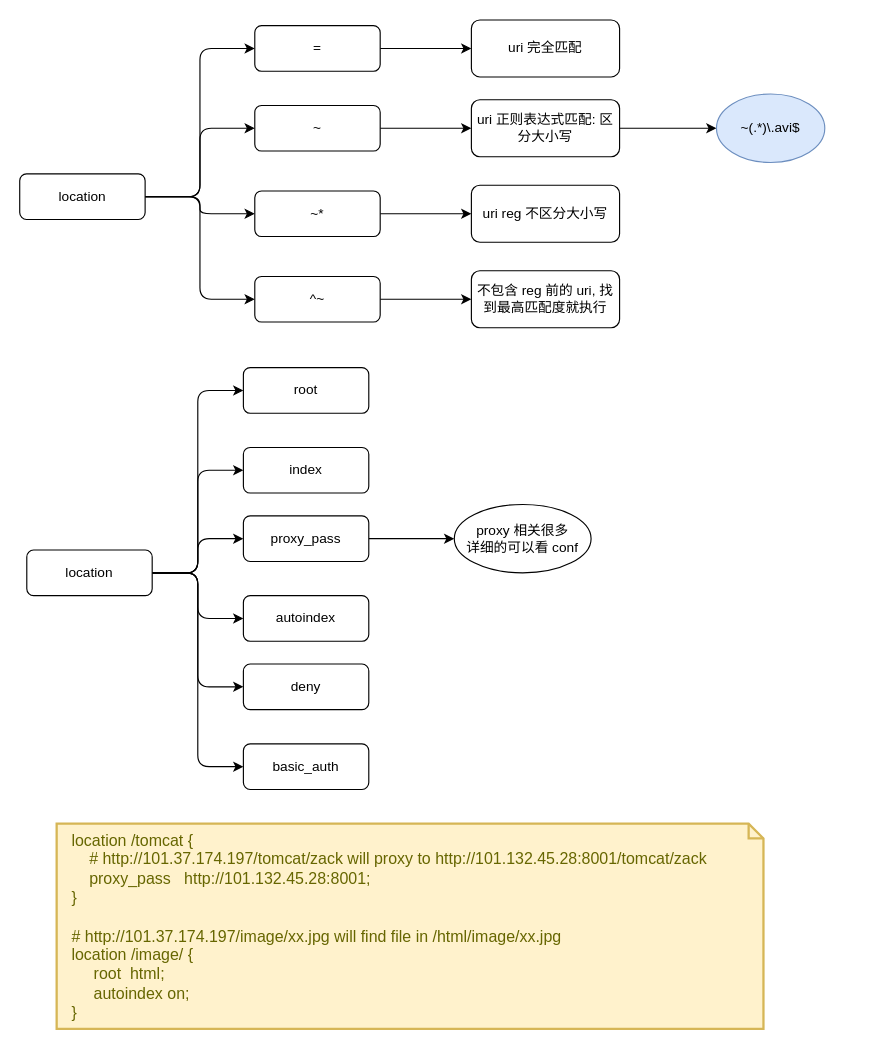
Earlier version of the draw.io diagram digrams/nginx/http/server/01.location.dio (Alice52/diagrams). Source tidied: cells renumbered, new cells numbered last; positions are measured from the earlier drawing's top-left corner, leaving out a move shared by most shapes. Both pictures are drawn from the tidied source at 114%, with x=0, y=0 at pixel (19, 19).
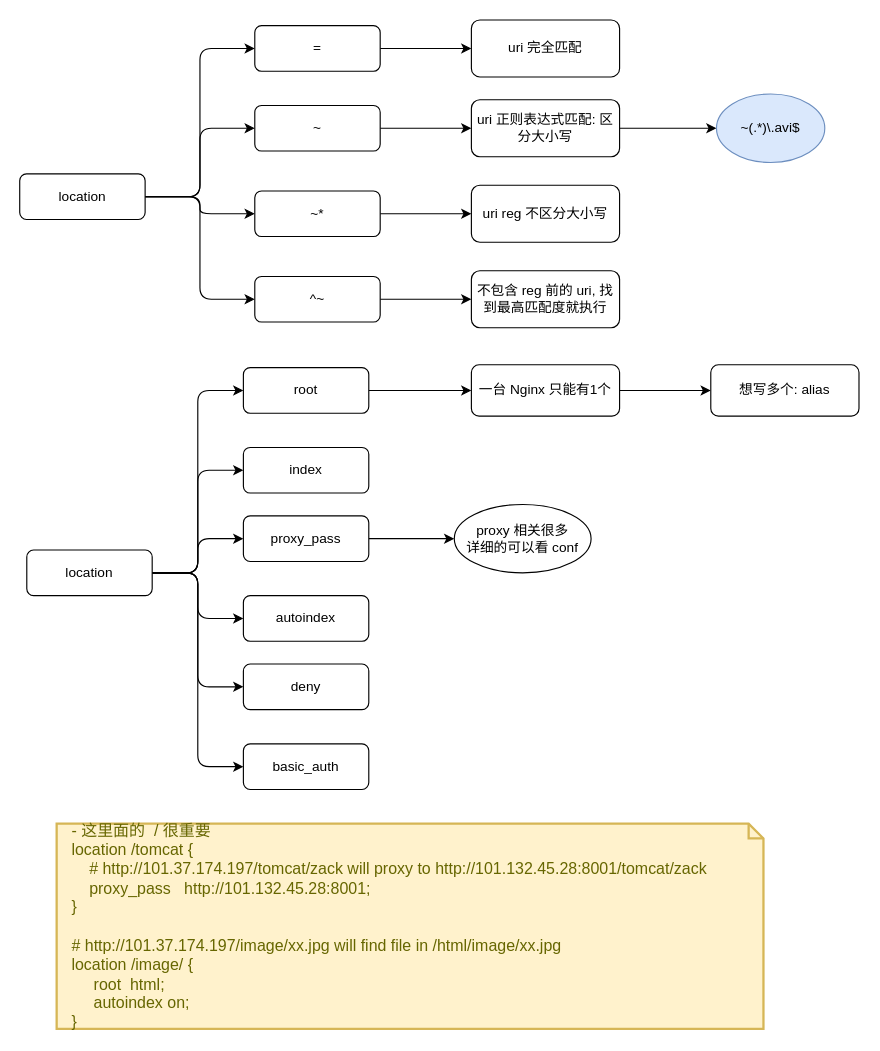
The same diagram, later.

Commit message (it also covers changes not shown here):
nginx: refine location and add ssl flow note

Unchanged cells that the change refers to:
```xml
<mxCell id="28" value="root" style="rounded=1;whiteSpace=wrap;html=1;" parent="1" vertex="1">
  <mxGeometry x="196" y="305" width="110" height="40" as="geometry" />
</mxCell>
```

The edit, as a diff of the source:
```diff
@@
+    <mxCell id="37" style="edgeStyle=orthogonalEdgeStyle;rounded=0;jettySize=auto;html=1;" parent="1" edge="1" source="28" target="39">
+      <mxGeometry relative="1" as="geometry" />
+    </mxCell>
@@
-    <mxCell id="36" value="&lt;div&gt;&lt;span&gt;&amp;nbsp;&lt;/span&gt;&lt;span&gt;&amp;nbsp; location /tomcat {&lt;/span&gt;&lt;/div&gt;&amp;nbsp; &amp;nbsp; &amp;nbsp; &amp;nbsp;# http://101.37.174.197/tomcat/zack will proxy to http://101.132.45.28:8001/tomcat/zack&amp;nbsp;&lt;br&gt;&lt;span&gt;&amp;nbsp; &amp;nbsp; &amp;nbsp; &amp;nbsp;proxy_pass&amp;nbsp; &amp;nbsp;http://101.132.45.28:8001;&lt;/span&gt;&lt;br&gt;&lt;div&gt;&amp;nbsp; &amp;nbsp;}&lt;/div&gt;&lt;div&gt;&amp;nbsp; &amp;nbsp;&amp;nbsp;&lt;/div&gt;&lt;div&gt;&amp;nbsp; &amp;nbsp;# http://101.37.174.197/image/xx.jpg will find file in /html/image/xx.jpg&lt;br&gt;&lt;/div&gt;&lt;div&gt;&amp;nbsp; &amp;nbsp;location /image/ {&lt;/div&gt;&lt;div&gt;&amp;nbsp; &amp;nbsp; &amp;nbsp; &amp;nbsp; root&amp;nbsp; html;&lt;/div&gt;&lt;div&gt;&amp;nbsp; &amp;nbsp; &amp;nbsp; &amp;nbsp; autoindex on;&lt;/div&gt;&lt;div&gt;&amp;nbsp; &amp;nbsp;}&lt;/div&gt;" style="shape=note;strokeWidth=2;fontSize=14;size=13;whiteSpace=wrap;html=1;fillColor=#fff2cc;strokeColor=#d6b656;fontColor=#666600;align=left;" parent="1" vertex="1">
+    <mxCell id="36" value="&lt;div&gt;&lt;span&gt;&amp;nbsp; &amp;nbsp;- 这里面的&amp;nbsp; / 很重要&lt;/span&gt;&lt;/div&gt;&lt;div&gt;&lt;span&gt;&amp;nbsp;&lt;/span&gt;&lt;span&gt;&amp;nbsp; location /tomcat {&lt;/span&gt;&lt;/div&gt;&amp;nbsp; &amp;nbsp; &amp;nbsp; &amp;nbsp;# http://101.37.174.197/tomcat/zack will proxy to http://101.132.45.28:8001/tomcat/zack&amp;nbsp;&lt;br&gt;&lt;span&gt;&amp;nbsp; &amp;nbsp; &amp;nbsp; &amp;nbsp;proxy_pass&amp;nbsp; &amp;nbsp;http://101.132.45.28:8001;&lt;/span&gt;&lt;br&gt;&lt;div&gt;&amp;nbsp; &amp;nbsp;}&lt;/div&gt;&lt;div&gt;&amp;nbsp; &amp;nbsp;&amp;nbsp;&lt;/div&gt;&lt;div&gt;&amp;nbsp; &amp;nbsp;# http://101.37.174.197/image/xx.jpg will find file in /html/image/xx.jpg&lt;br&gt;&lt;/div&gt;&lt;div&gt;&amp;nbsp; &amp;nbsp;location /image/ {&lt;/div&gt;&lt;div&gt;&amp;nbsp; &amp;nbsp; &amp;nbsp; &amp;nbsp; root&amp;nbsp; html;&lt;/div&gt;&lt;div&gt;&amp;nbsp; &amp;nbsp; &amp;nbsp; &amp;nbsp; autoindex on;&lt;/div&gt;&lt;div&gt;&amp;nbsp; &amp;nbsp;}&lt;/div&gt;" style="shape=note;strokeWidth=2;fontSize=14;size=13;whiteSpace=wrap;html=1;fillColor=#fff2cc;strokeColor=#d6b656;fontColor=#666600;align=left;" parent="1" vertex="1">
       <mxGeometry x="32.2" y="705" width="620" height="180" as="geometry" />
     </mxCell>
+    <mxCell id="38" style="edgeStyle=orthogonalEdgeStyle;rounded=0;jettySize=auto;html=1;" parent="1" edge="1" source="39" target="40">
+      <mxGeometry relative="1" as="geometry" />
+    </mxCell>
+    <mxCell id="39" value="一台 Nginx 只能有1个" style="rounded=1;whiteSpace=wrap;html=1;" parent="1" vertex="1">
+      <mxGeometry x="396" y="302.5" width="130" height="45" as="geometry" />
+    </mxCell>
+    <mxCell id="40" value="想写多个: alias" style="rounded=1;whiteSpace=wrap;html=1;" parent="1" vertex="1">
+      <mxGeometry x="606" y="302.5" width="130" height="45" as="geometry" />
+    </mxCell>
```
